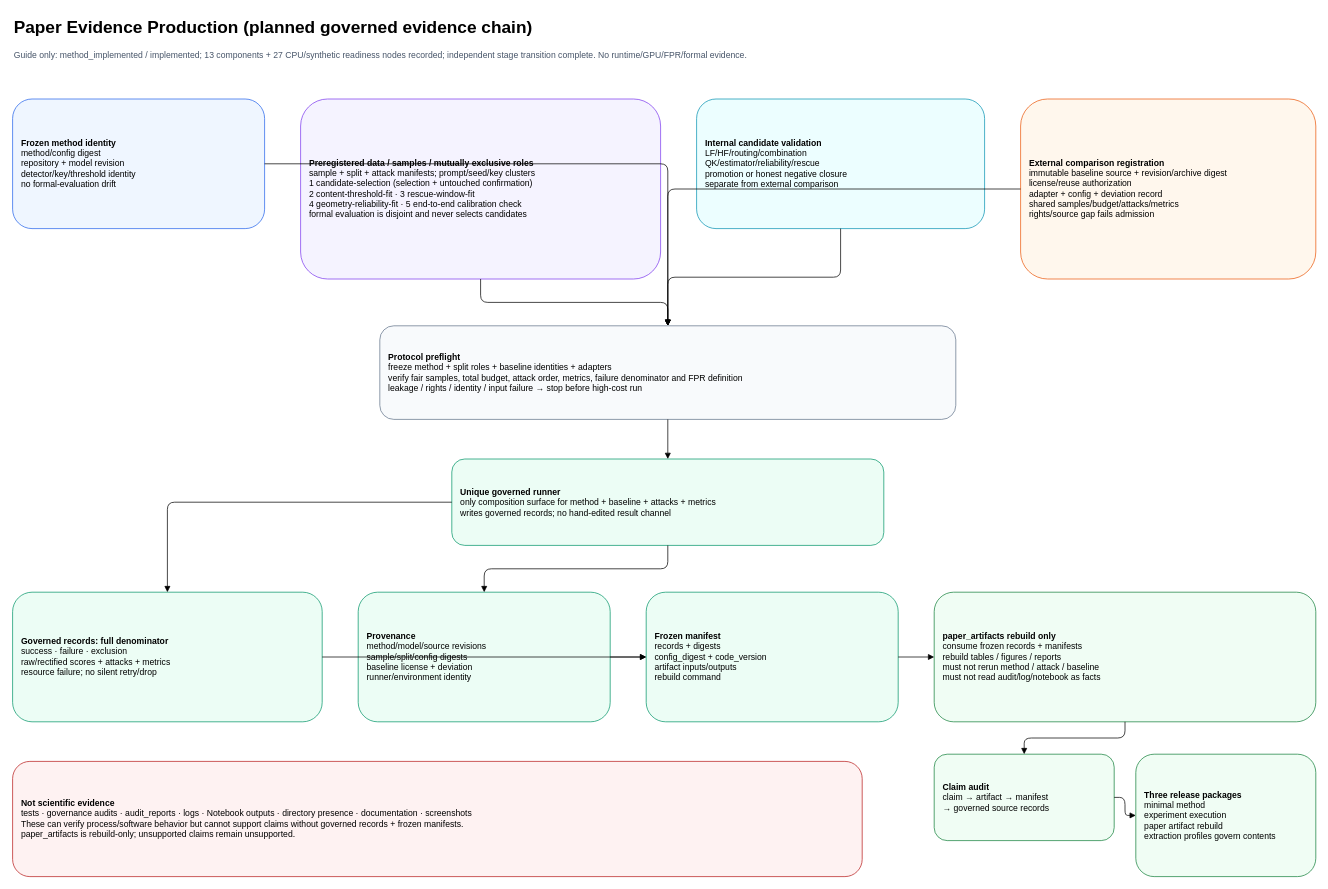
Earlier version of the draw.io diagram docs/guides/diagrams/paper_evidence_production.drawio (RICHAAARC/CEG-WM). Source tidied: cells renumbered, new cells numbered last; positions are measured from the earlier drawing's top-left corner, leaving out a move shared by most shapes. Both pictures are drawn from the tidied source at 72%, with x=0, y=0 at pixel (12, 12).
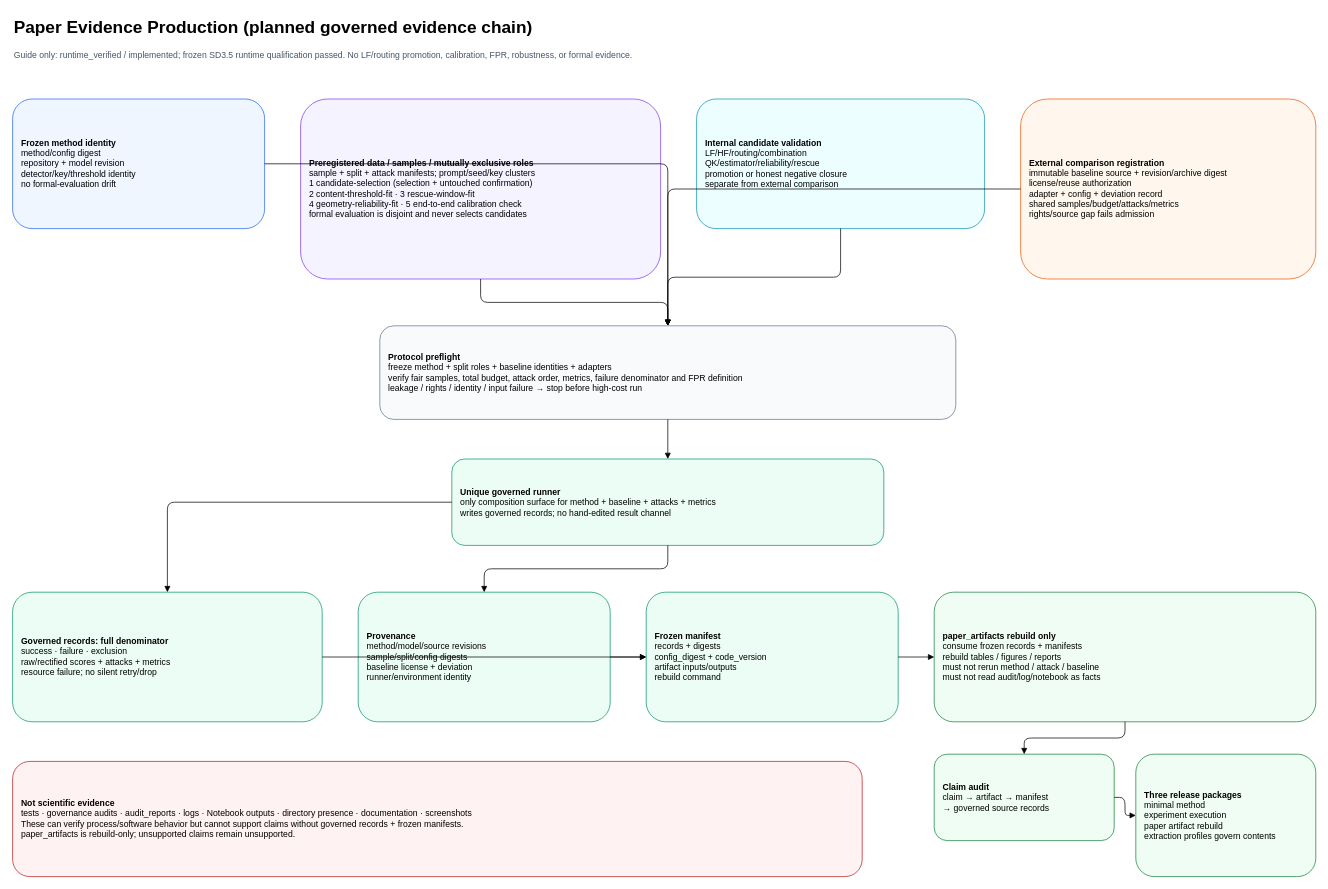
Above is the later version.

Diff of the diagram source:
```diff
@@
-    <mxCell id="3" value="Guide only: method_implemented / implemented; 13 components + 27 CPU/synthetic readiness nodes recorded; independent stage transition complete. No runtime/GPU/FPR/formal evidence." style="text;html=1;fontSize=12;align=left;fontColor=#475569;" parent="1" vertex="1">
+    <mxCell id="3" value="Guide only: runtime_verified / implemented; frozen SD3.5 runtime qualification passed. No LF/routing promotion, calibration, FPR, robustness, or formal evidence." style="text;html=1;fontSize=12;align=left;fontColor=#475569;" parent="1" vertex="1">
       <mxGeometry y="45" width="1500" height="45" as="geometry" />
     </mxCell>
```
